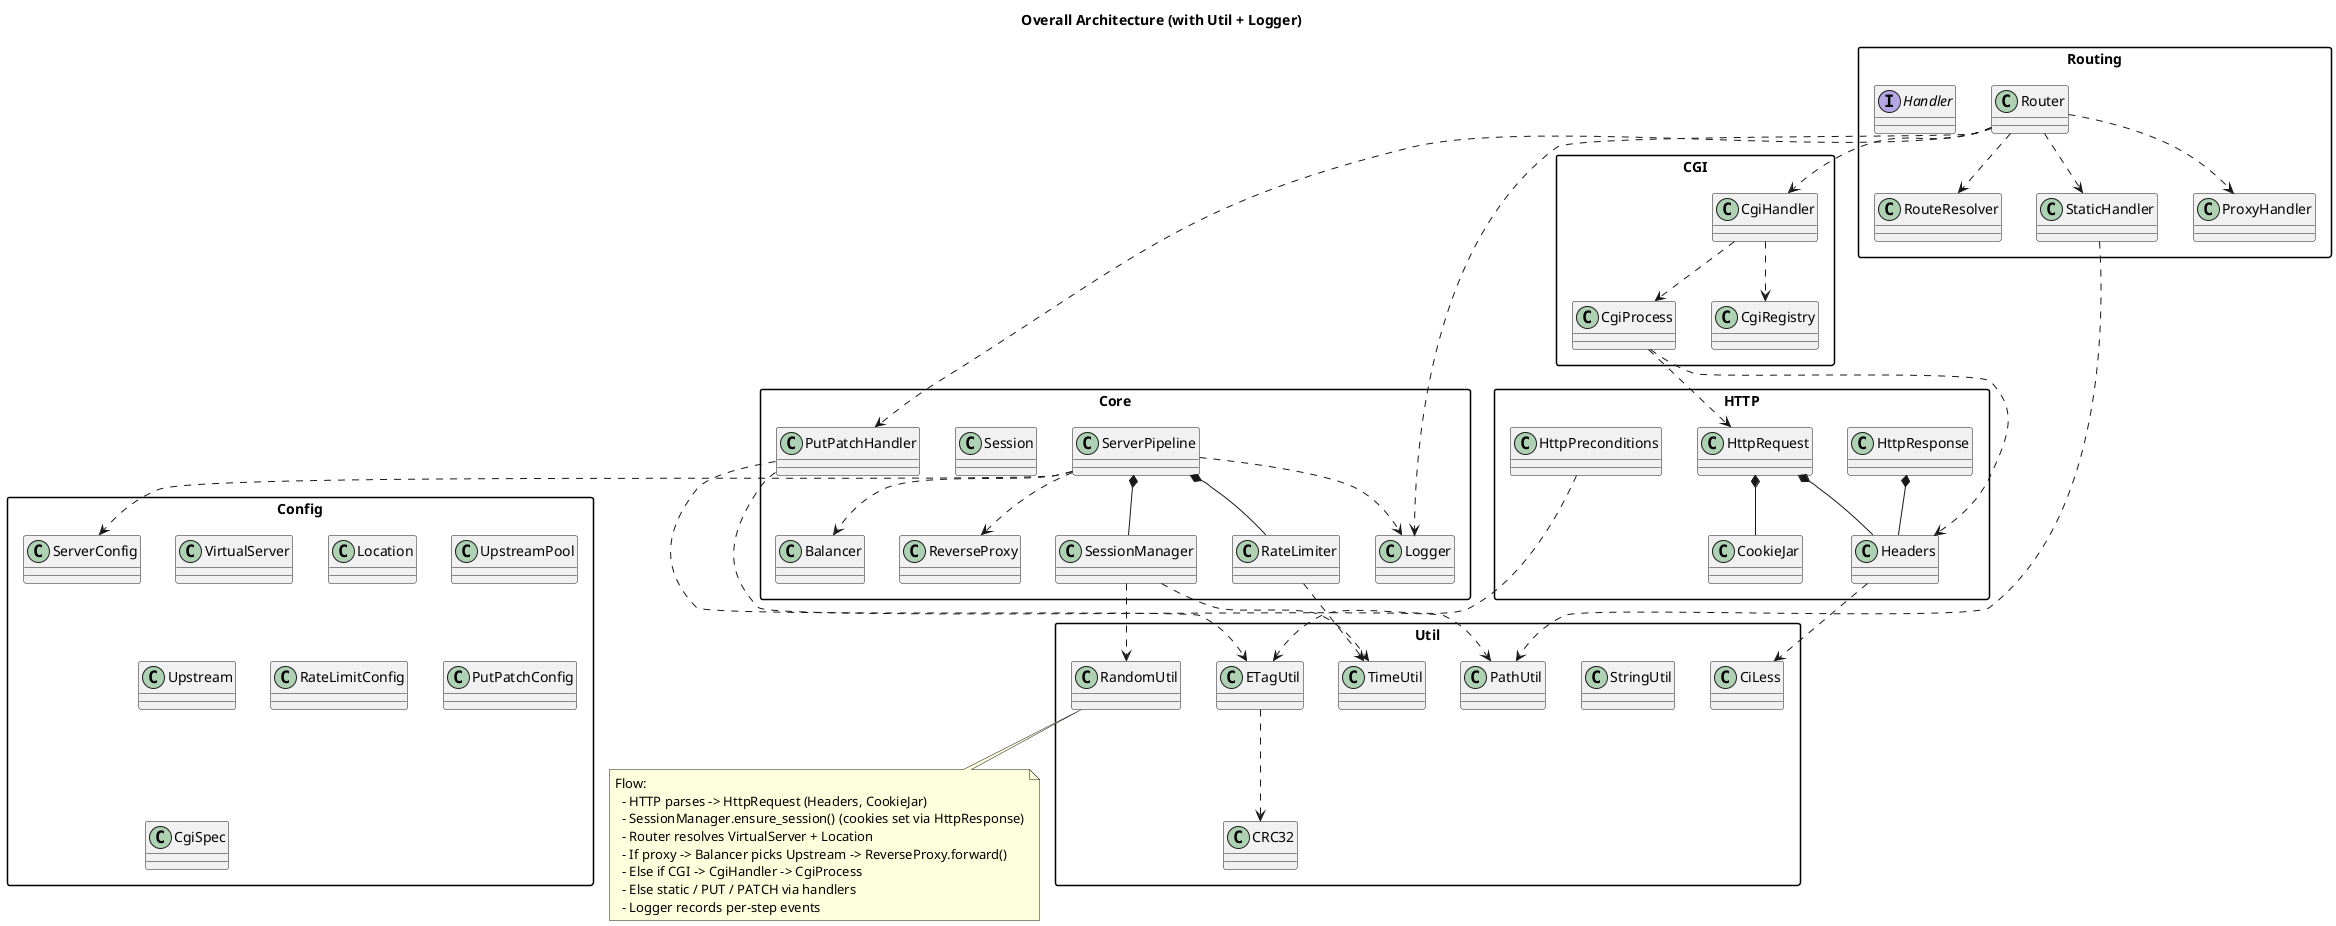
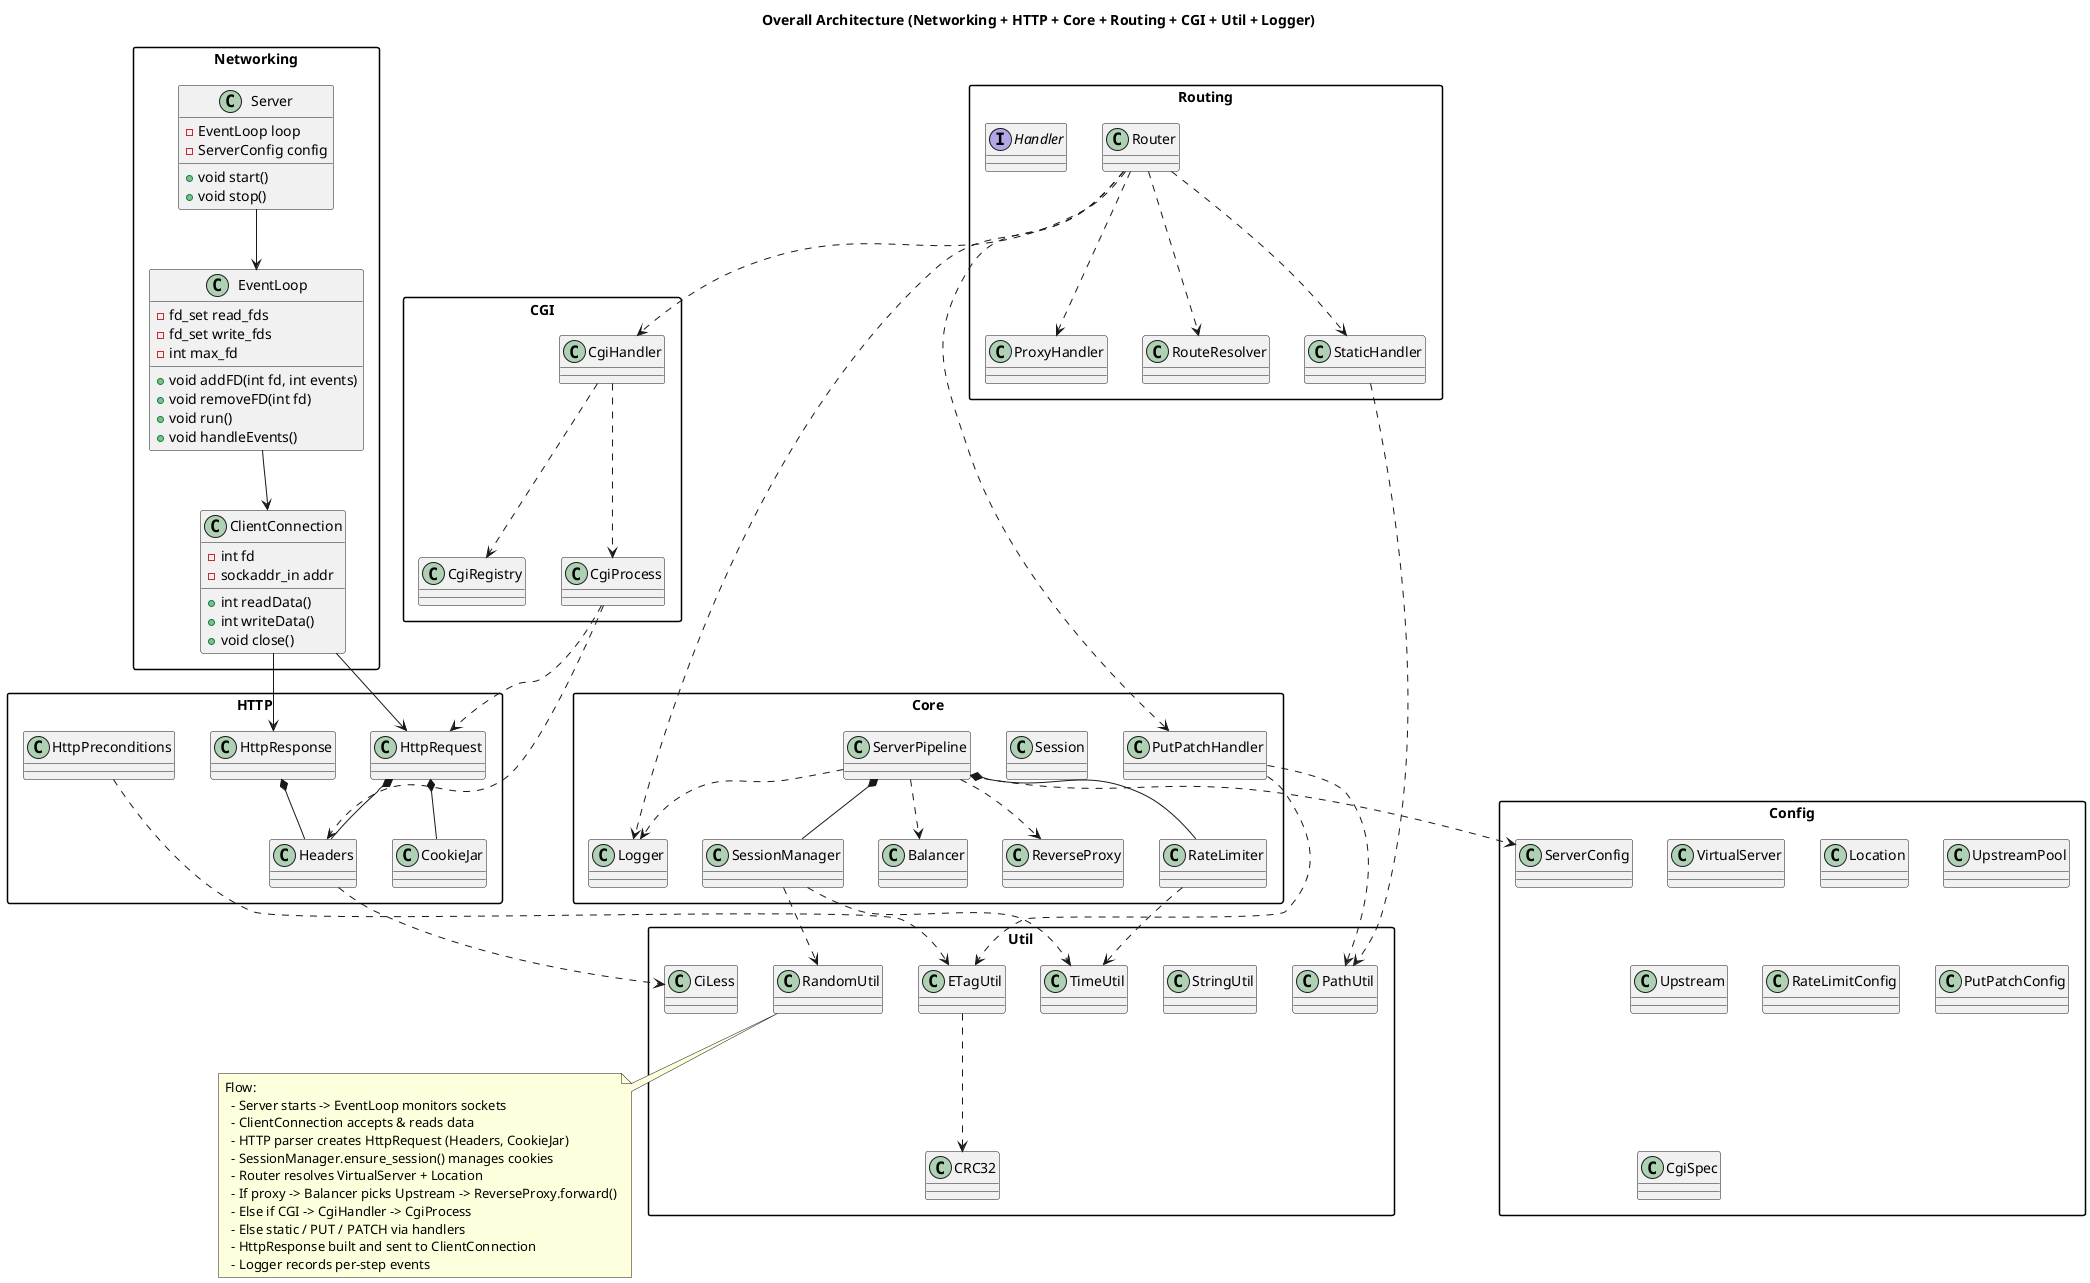
@startuml
skinparam packageStyle rectangle
- title Overall Architecture (with Util + Logger)
+ title Overall Architecture (Networking + HTTP + Core + Routing + CGI + Util + Logger)
+ 
+ package "Networking" {
+   class Server {
+     +void start()
+     +void stop()
+     -EventLoop loop
+     -ServerConfig config
+   }
+   class EventLoop {
+     -fd_set read_fds
+     -fd_set write_fds
+     -int max_fd
+     +void addFD(int fd, int events)
+     +void removeFD(int fd)
+     +void run()
+     +void handleEvents()
+   }
+   class ClientConnection {
+     -int fd
+     -sockaddr_in addr
+     +int readData()
+     +int writeData()
+     +void close()
+   }
+ }

package "Config" {
  class ServerConfig
  class VirtualServer
  class Location
  class UpstreamPool
  class Upstream
  class RateLimitConfig
  class PutPatchConfig
  class CgiSpec
}

package "HTTP" {
  class HttpRequest
  class HttpResponse
  class Headers
  class CookieJar
  class HttpPreconditions
}

package "Core" {
  class ServerPipeline
  class SessionManager
  class Session
  class RateLimiter
  class PutPatchHandler
  class Balancer
  class ReverseProxy
  class Logger
}

package "Routing" {
  class Router
  class RouteResolver
  interface Handler
  class StaticHandler
  class ProxyHandler
}

package "CGI" {
  class CgiRegistry
  class CgiProcess
  class CgiHandler
}

package "Util" {
  class CiLess
  class StringUtil
  class TimeUtil
  class PathUtil
  class ETagUtil
  class CRC32
  class RandomUtil
}

- ' Key relationships
+ ' ===== Networking Relationships =====
+ Server --> EventLoop
+ EventLoop --> ClientConnection
+ ClientConnection --> HttpRequest
+ ClientConnection --> HttpResponse
+ 
+ ' ===== Core & Config Relationships =====
ServerPipeline ..> ServerConfig
ServerPipeline *-- SessionManager
ServerPipeline *-- RateLimiter
ServerPipeline ..> ReverseProxy
ServerPipeline ..> Balancer
ServerPipeline ..> Logger

+ ' ===== HTTP Relationships =====
HttpRequest *-- Headers
HttpRequest *-- CookieJar
HttpResponse *-- Headers
HttpPreconditions ..> ETagUtil

+ ' ===== Routing =====
Router ..> RouteResolver
Router ..> StaticHandler
Router ..> ProxyHandler
Router ..> CgiHandler
Router ..> PutPatchHandler
Router ..> Logger

+ ' ===== CGI =====
CgiHandler ..> CgiRegistry
CgiHandler ..> CgiProcess
CgiProcess ..> HttpRequest
CgiProcess ..> Headers

+ ' ===== Util =====
Headers ..> CiLess
SessionManager ..> TimeUtil
SessionManager ..> RandomUtil
RateLimiter ..> TimeUtil
PutPatchHandler ..> PathUtil
PutPatchHandler ..> ETagUtil
ETagUtil ..> CRC32
StaticHandler ..> PathUtil

note bottom
Flow:
-   - HTTP parses -> HttpRequest (Headers, CookieJar)
-   - SessionManager.ensure_session() (cookies set via HttpResponse)
+   - Server starts -> EventLoop monitors sockets
+   - ClientConnection accepts & reads data
+   - HTTP parser creates HttpRequest (Headers, CookieJar)
+   - SessionManager.ensure_session() manages cookies
  - Router resolves VirtualServer + Location
  - If proxy -> Balancer picks Upstream -> ReverseProxy.forward()
  - Else if CGI -> CgiHandler -> CgiProcess
  - Else static / PUT / PATCH via handlers
+   - HttpResponse built and sent to ClientConnection
  - Logger records per-step events
end note
@enduml
